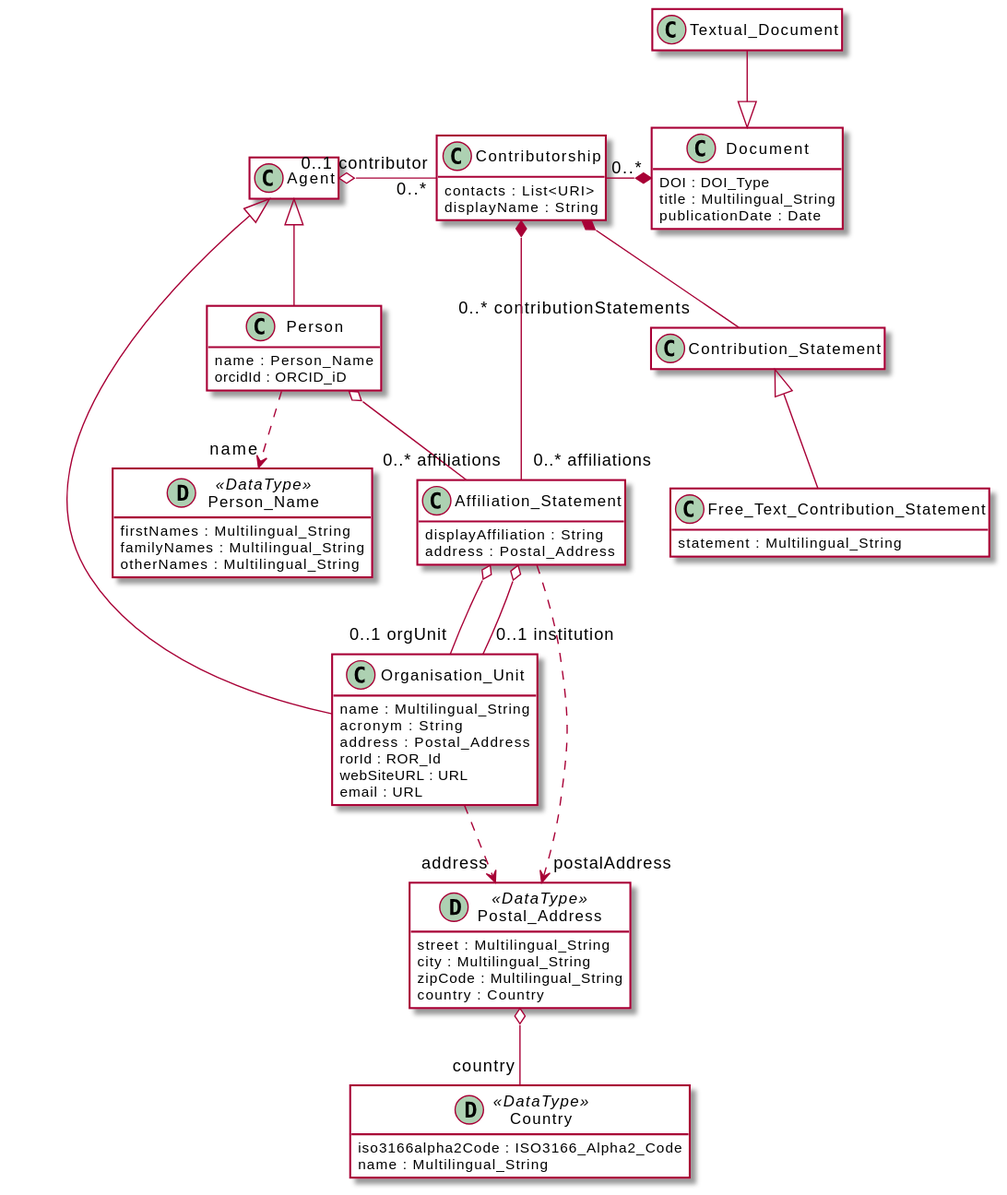
This is diagrams/contributorship.svg from EuroCRIS/CERIF-Core, a PlantUML export, as it was before one commit.
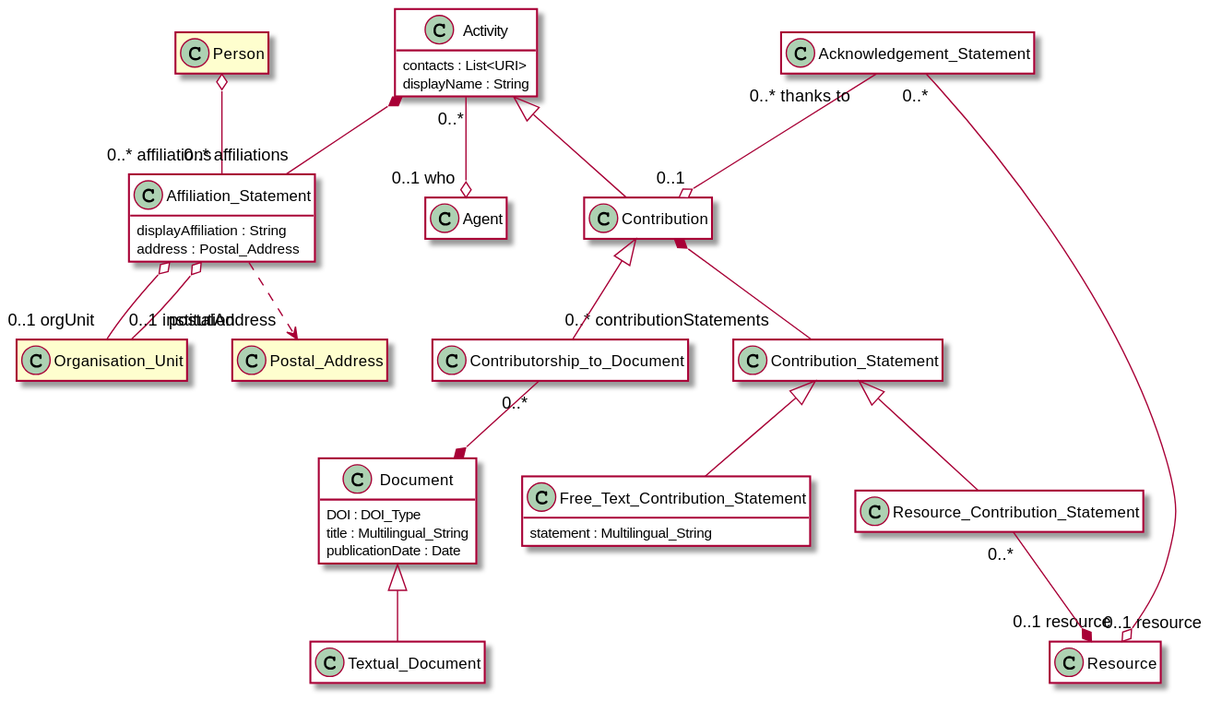
After the commit.

Commit message:
Adding activity plantuml diagram

The edit, as a diff of the source:
```diff
@@ -2,10 +2,9 @@
 
     !includesub core.puml!common
     !includesub core.puml!Agent
-    !includesub core.puml!Person
-    !includesub core.puml!OrgUnit
-    !includesub core.puml!PostalAddress
-    !includesub core.puml!Contributorship
+    !includesub core.puml!Activity
+    !includesub core.puml!Contribution
+    !includesub core.puml!ContributorshipToDocument
     !includesub core.puml!AffiliationStatement
     !includesub core.puml!Document
 
```
